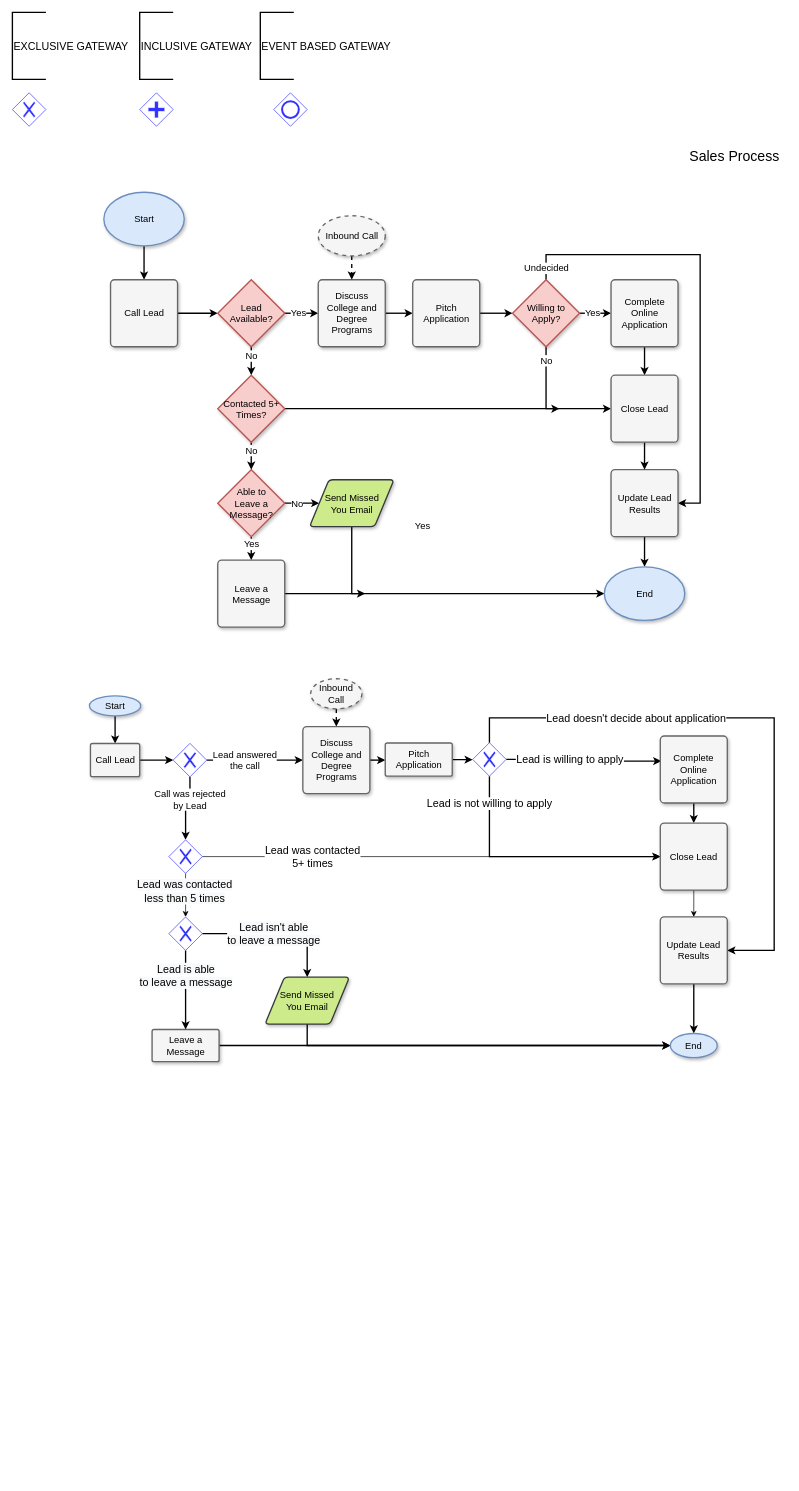
This is page "gateways" (10 of 10) of Udemy_Diagram_1.drawio from lil971/FirstRepository, a draw.io file, before an edit. Source tidied: cells renumbered, new cells numbered last; positions are measured from the earlier drawing's top-left corner, leaving out a move shared by most shapes. Both pictures are drawn from the tidied source at 67%, with x=0, y=0 at pixel (12, 12).
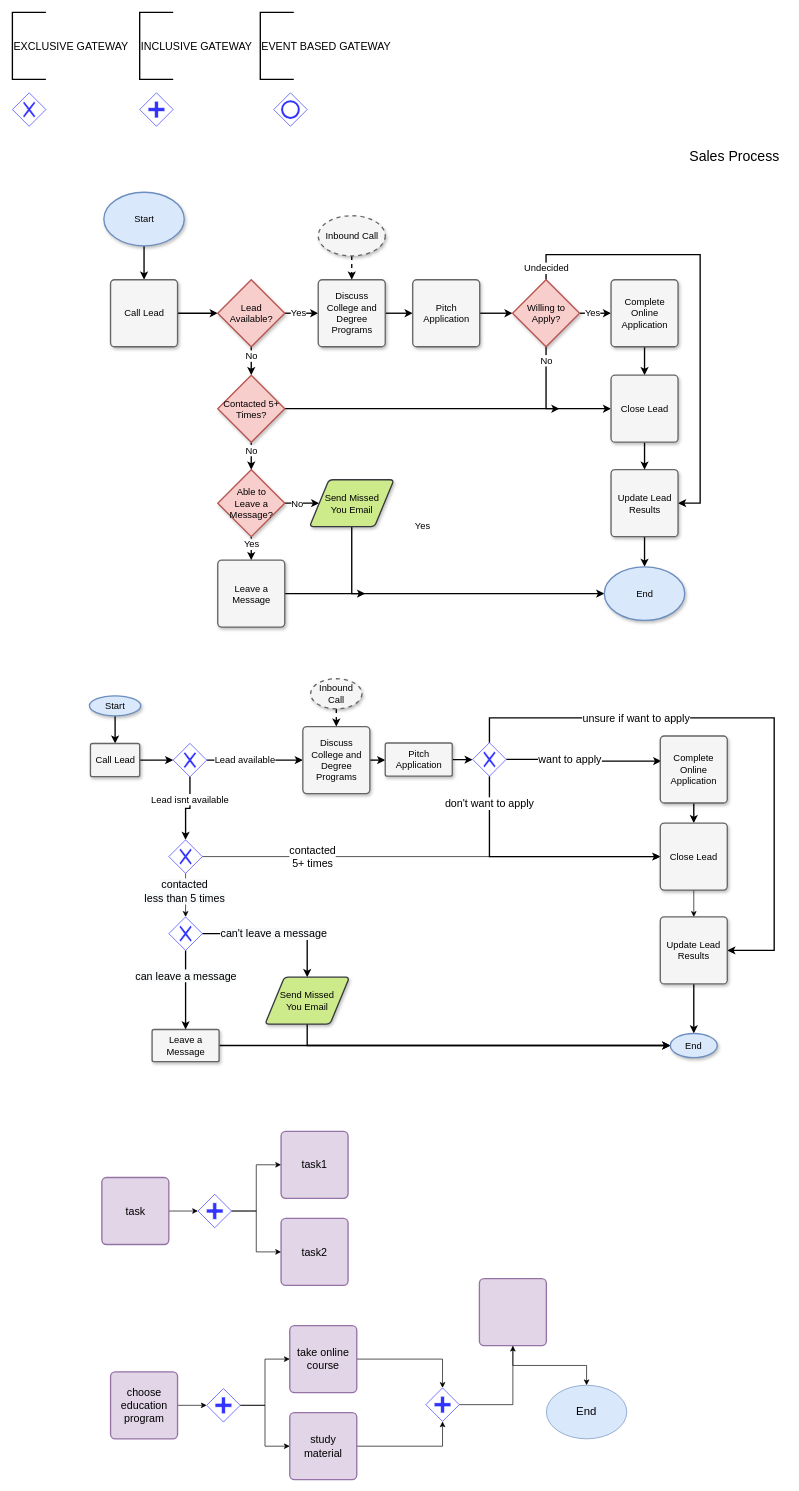
The same diagram, later.

The change refers to these unchanged cells:
```xml
<mxCell id="51" value="Leave a Message&lt;br&gt;" style="strokeWidth=2;html=1;shape=mxgraph.flowchart.process;whiteSpace=wrap;rounded=0;shadow=1;fillColor=#f5f5f5;fontSize=14;align=center;strokeColor=#666666;" parent="1" vertex="1">
  <mxGeometry x="208.5" y="1518" width="100" height="48" as="geometry" />
</mxCell>
<mxCell id="55" value="Discuss College and Degree Programs&lt;br&gt;" style="strokeWidth=2;html=1;shape=mxgraph.flowchart.process;whiteSpace=wrap;rounded=0;shadow=1;fillColor=#f5f5f5;fontSize=14;align=center;strokeColor=#666666;" parent="1" vertex="1">
  <mxGeometry x="433.5" y="1066" width="100" height="100" as="geometry" />
</mxCell>
<mxCell id="65" value="Send Missed You&amp;nbsp;Email" style="verticalLabelPosition=middle;verticalAlign=middle;html=1;strokeWidth=2;shape=parallelogram;perimeter=parallelogramPerimeter;whiteSpace=wrap;rounded=1;arcSize=12;size=0.23;shadow=1;fillColor=#cdeb8b;fontSize=14;align=center;labelPosition=center;strokeColor=#36393d;" parent="1" vertex="1">
  <mxGeometry x="377" y="1440" width="126" height="70" as="geometry" />
</mxCell>
<mxCell id="68" value="Update Lead Results" style="strokeWidth=2;html=1;shape=mxgraph.flowchart.process;whiteSpace=wrap;rounded=0;shadow=1;fillColor=#f5f5f5;fontSize=14;align=center;strokeColor=#666666;" parent="1" vertex="1">
  <mxGeometry x="967" y="1350" width="100" height="100" as="geometry" />
</mxCell>
<mxCell id="70" style="shape=mxgraph.bpmn.shape;html=1;verticalLabelPosition=bottom;labelBackgroundColor=#ffffff;verticalAlign=top;align=center;perimeter=rhombusPerimeter;background=gateway;outlineConnect=0;outline=none;symbol=exclusiveGw;rounded=0;startSize=70;strokeColor=#3333FF;fillColor=#FFFFFF;fontSize=16;" parent="1" vertex="1">
  <mxGeometry x="240" y="1091" width="50" height="50" as="geometry" />
</mxCell>
<mxCell id="71" style="shape=mxgraph.bpmn.shape;html=1;verticalLabelPosition=bottom;labelBackgroundColor=#ffffff;verticalAlign=top;align=center;perimeter=rhombusPerimeter;background=gateway;outlineConnect=0;outline=none;symbol=exclusiveGw;rounded=0;startSize=70;strokeColor=#3333FF;fillColor=#FFFFFF;fontSize=16;" parent="1" vertex="1">
  <mxGeometry x="687" y="1090" width="50" height="50" as="geometry" />
</mxCell>
<mxCell id="72" value="Complete Online Application&lt;br&gt;" style="strokeWidth=2;html=1;shape=mxgraph.flowchart.process;whiteSpace=wrap;rounded=0;shadow=1;fillColor=#f5f5f5;fontSize=14;align=center;strokeColor=#666666;" parent="1" vertex="1">
  <mxGeometry x="967" y="1080" width="100" height="100" as="geometry" />
</mxCell>
<mxCell id="74" value="Close Lead&lt;br&gt;" style="strokeWidth=2;html=1;shape=mxgraph.flowchart.process;whiteSpace=wrap;rounded=0;shadow=1;fillColor=#f5f5f5;fontSize=14;align=center;strokeColor=#666666;" parent="1" vertex="1">
  <mxGeometry x="967" y="1210" width="100" height="100" as="geometry" />
</mxCell>
<mxCell id="75" style="edgeStyle=orthogonalEdgeStyle;rounded=0;jettySize=auto;html=1;startSize=70;fontSize=16;entryX=0.5;entryY=0;entryDx=0;entryDy=0;" parent="1" edge="1" source="77" target="78">
  <mxGeometry relative="1" as="geometry" />
</mxCell>
<mxCell id="77" style="shape=mxgraph.bpmn.shape;html=1;verticalLabelPosition=bottom;labelBackgroundColor=#ffffff;verticalAlign=top;align=center;perimeter=rhombusPerimeter;background=gateway;outlineConnect=0;outline=none;symbol=exclusiveGw;rounded=0;startSize=70;strokeColor=#3333FF;fillColor=#FFFFFF;fontSize=16;" parent="1" vertex="1">
  <mxGeometry x="233.5" y="1235" width="50" height="50" as="geometry" />
</mxCell>
<mxCell id="78" style="shape=mxgraph.bpmn.shape;html=1;verticalLabelPosition=bottom;labelBackgroundColor=#ffffff;verticalAlign=top;align=center;perimeter=rhombusPerimeter;background=gateway;outlineConnect=0;outline=none;symbol=exclusiveGw;rounded=0;startSize=70;strokeColor=#3333FF;fillColor=#FFFFFF;fontSize=16;" parent="1" vertex="1">
  <mxGeometry x="233.5" y="1350" width="50" height="50" as="geometry" />
</mxCell>
```

The edit, as a diff of the source:
```diff
@@
-    <mxCell id="48" value="Call was rejected &lt;br&gt;by Lead" style="edgeStyle=orthogonalEdgeStyle;rounded=0;jumpSize=6;html=1;exitX=0.5;exitY=1;shadow=0;startArrow=none;startFill=0;startSize=6;endArrow=classic;endFill=1;endSize=6;jettySize=auto;strokeColor=#000000;strokeWidth=2;fontSize=14;exitDx=0;exitDy=0;" parent="1" edge="1" source="70" target="77">
+    <mxCell id="48" value="Lead isnt available" style="edgeStyle=orthogonalEdgeStyle;rounded=0;jumpSize=6;html=1;exitX=0.5;exitY=1;shadow=0;startArrow=none;startFill=0;startSize=6;endArrow=classic;endFill=1;endSize=6;jettySize=auto;strokeColor=#000000;strokeWidth=2;fontSize=14;exitDx=0;exitDy=0;" parent="1" edge="1" source="70" target="77">
       <mxGeometry x="-0.33" relative="1" as="geometry" />
     </mxCell>
-    <mxCell id="49" value="Lead answered &lt;br&gt;the call" style="edgeStyle=orthogonalEdgeStyle;rounded=0;jumpSize=6;html=1;exitX=1;exitY=0.5;entryX=0;entryY=0.5;entryPerimeter=0;shadow=0;startArrow=none;startFill=0;startSize=6;endArrow=classic;endFill=1;endSize=6;jettySize=auto;strokeColor=#000000;strokeWidth=2;fontSize=14;exitDx=0;exitDy=0;" parent="1" edge="1" source="70" target="55">
+    <mxCell id="49" value="Lead available" style="edgeStyle=orthogonalEdgeStyle;rounded=0;jumpSize=6;html=1;exitX=1;exitY=0.5;entryX=0;entryY=0.5;entryPerimeter=0;shadow=0;startArrow=none;startFill=0;startSize=6;endArrow=classic;endFill=1;endSize=6;jettySize=auto;strokeColor=#000000;strokeWidth=2;fontSize=14;exitDx=0;exitDy=0;" parent="1" edge="1" source="70" target="55">
       <mxGeometry x="-0.2" relative="1" as="geometry" />
     </mxCell>
@@
-    <mxCell id="52" value="&lt;span style=&quot;color: rgb(0 , 0 , 0) ; font-family: &amp;#34;helvetica&amp;#34; ; font-size: 16px ; font-style: normal ; font-weight: 400 ; letter-spacing: normal ; text-align: center ; text-indent: 0px ; text-transform: none ; word-spacing: 0px ; background-color: rgb(248 , 249 , 250) ; display: inline ; float: none&quot;&gt;Lead is able&lt;/span&gt;&lt;br style=&quot;color: rgb(0 , 0 , 0) ; font-family: &amp;#34;helvetica&amp;#34; ; font-size: 16px ; font-style: normal ; font-weight: 400 ; letter-spacing: normal ; text-align: center ; text-indent: 0px ; text-transform: none ; word-spacing: 0px&quot;&gt;&lt;span style=&quot;color: rgb(0 , 0 , 0) ; font-family: &amp;#34;helvetica&amp;#34; ; font-size: 16px ; font-style: normal ; font-weight: 400 ; letter-spacing: normal ; text-align: center ; text-indent: 0px ; text-transform: none ; word-spacing: 0px ; background-color: rgb(248 , 249 , 250) ; display: inline ; float: none&quot;&gt;to leave a message&lt;/span&gt;" style="edgeStyle=orthogonalEdgeStyle;rounded=0;jumpSize=6;html=1;entryX=0.5;entryY=0;entryPerimeter=0;shadow=0;startArrow=none;startFill=0;startSize=6;endArrow=classic;endFill=1;endSize=6;jettySize=auto;strokeColor=#000000;strokeWidth=2;fontSize=14;" parent="1" edge="1" source="78" target="51">
+    <mxCell id="52" value="&lt;span style=&quot;color: rgb(0 , 0 , 0) ; font-family: &amp;#34;helvetica&amp;#34; ; font-size: 16px ; font-style: normal ; font-weight: 400 ; letter-spacing: normal ; text-align: center ; text-indent: 0px ; text-transform: none ; word-spacing: 0px ; background-color: rgb(248 , 249 , 250) ; display: inline ; float: none&quot;&gt;can leave a message&lt;/span&gt;" style="edgeStyle=orthogonalEdgeStyle;rounded=0;jumpSize=6;html=1;entryX=0.5;entryY=0;entryPerimeter=0;shadow=0;startArrow=none;startFill=0;startSize=6;endArrow=classic;endFill=1;endSize=6;jettySize=auto;strokeColor=#000000;strokeWidth=2;fontSize=14;" parent="1" edge="1" source="78" target="51">
       <mxGeometry x="-0.35" relative="1" as="geometry" />
     </mxCell>
-    <mxCell id="53" value="&lt;span style=&quot;color: rgb(0 , 0 , 0) ; font-family: &amp;#34;helvetica&amp;#34; ; font-size: 16px ; font-style: normal ; font-weight: 400 ; letter-spacing: normal ; text-align: center ; text-indent: 0px ; text-transform: none ; word-spacing: 0px ; background-color: rgb(248 , 249 , 250) ; display: inline ; float: none&quot;&gt;Lead isn't able&lt;/span&gt;&lt;br style=&quot;color: rgb(0 , 0 , 0) ; font-family: &amp;#34;helvetica&amp;#34; ; font-size: 16px ; font-style: normal ; font-weight: 400 ; letter-spacing: normal ; text-align: center ; text-indent: 0px ; text-transform: none ; word-spacing: 0px&quot;&gt;&lt;span style=&quot;color: rgb(0 , 0 , 0) ; font-family: &amp;#34;helvetica&amp;#34; ; font-size: 16px ; font-style: normal ; font-weight: 400 ; letter-spacing: normal ; text-align: center ; text-indent: 0px ; text-transform: none ; word-spacing: 0px ; background-color: rgb(248 , 249 , 250) ; display: inline ; float: none&quot;&gt;to leave a message&lt;/span&gt;" style="edgeStyle=orthogonalEdgeStyle;rounded=0;jumpSize=6;html=1;exitX=1;exitY=0.5;shadow=0;startArrow=none;startFill=0;startSize=6;endArrow=classic;endFill=1;endSize=6;jettySize=auto;strokeColor=#000000;strokeWidth=2;fontSize=14;entryX=0.5;entryY=0;exitDx=0;exitDy=0;entryDx=0;entryDy=0;" parent="1" edge="1" source="78" target="65">
+    <mxCell id="53" value="&lt;span style=&quot;color: rgb(0 , 0 , 0) ; font-family: &amp;#34;helvetica&amp;#34; ; font-size: 16px ; font-style: normal ; font-weight: 400 ; letter-spacing: normal ; text-align: center ; text-indent: 0px ; text-transform: none ; word-spacing: 0px ; background-color: rgb(248 , 249 , 250) ; display: inline ; float: none&quot;&gt;can't leave a message&lt;/span&gt;" style="edgeStyle=orthogonalEdgeStyle;rounded=0;jumpSize=6;html=1;exitX=1;exitY=0.5;shadow=0;startArrow=none;startFill=0;startSize=6;endArrow=classic;endFill=1;endSize=6;jettySize=auto;strokeColor=#000000;strokeWidth=2;fontSize=14;entryX=0.5;entryY=0;exitDx=0;exitDy=0;entryDx=0;entryDy=0;" parent="1" edge="1" source="78" target="65">
       <mxGeometry y="-5" relative="1" as="geometry">
         <mxPoint x="-5" y="-5" as="offset" />
       </mxGeometry>
     </mxCell>
@@
-    <mxCell id="60" value="&lt;span style=&quot;color: rgb(0 , 0 , 0) ; font-family: &amp;#34;helvetica&amp;#34; ; font-size: 16px ; font-style: normal ; font-weight: 400 ; letter-spacing: normal ; text-align: center ; text-indent: 0px ; text-transform: none ; word-spacing: 0px ; background-color: rgb(255 , 255 , 255) ; display: inline ; float: none&quot;&gt;Lead is willing to apply&lt;/span&gt;" style="edgeStyle=orthogonalEdgeStyle;rounded=0;jumpSize=6;html=1;exitX=1;exitY=0.5;entryX=0.015;entryY=0.375;entryPerimeter=0;shadow=0;startArrow=none;startFill=0;startSize=6;endArrow=classic;endFill=1;endSize=6;jettySize=auto;strokeColor=#000000;strokeWidth=2;fontSize=14;exitDx=0;exitDy=0;entryDx=0;entryDy=0;" parent="1" edge="1" source="71" target="72">
+    <mxCell id="60" value="&lt;span style=&quot;color: rgb(0 , 0 , 0) ; font-family: &amp;#34;helvetica&amp;#34; ; font-size: 16px ; font-style: normal ; font-weight: 400 ; letter-spacing: normal ; text-align: center ; text-indent: 0px ; text-transform: none ; word-spacing: 0px ; background-color: rgb(255 , 255 , 255) ; display: inline ; float: none&quot;&gt;want to apply&lt;/span&gt;" style="edgeStyle=orthogonalEdgeStyle;rounded=0;jumpSize=6;html=1;exitX=1;exitY=0.5;entryX=0.015;entryY=0.375;entryPerimeter=0;shadow=0;startArrow=none;startFill=0;startSize=6;endArrow=classic;endFill=1;endSize=6;jettySize=auto;strokeColor=#000000;strokeWidth=2;fontSize=14;exitDx=0;exitDy=0;entryDx=0;entryDy=0;" parent="1" edge="1" source="71" target="72">
       <mxGeometry x="-0.19" relative="1" as="geometry" />
     </mxCell>
-    <mxCell id="61" value="&lt;span style=&quot;color: rgb(0 , 0 , 0) ; font-family: &amp;#34;helvetica&amp;#34; ; font-size: 16px ; font-style: normal ; font-weight: 400 ; letter-spacing: normal ; text-align: center ; text-indent: 0px ; text-transform: none ; word-spacing: 0px ; background-color: rgb(255 , 255 , 255) ; display: inline ; float: none&quot;&gt;Lead is not willing to apply&lt;/span&gt;" style="edgeStyle=orthogonalEdgeStyle;rounded=0;jumpSize=6;html=1;exitX=0.5;exitY=1;entryX=0;entryY=0.5;entryPerimeter=0;shadow=0;startArrow=none;startFill=0;startSize=6;endArrow=classic;endFill=1;endSize=6;jettySize=auto;strokeColor=#000000;strokeWidth=2;fontSize=14;exitDx=0;exitDy=0;entryDx=0;entryDy=0;" parent="1" edge="1" source="71" target="74">
+    <mxCell id="61" value="&lt;span style=&quot;color: rgb(0 , 0 , 0) ; font-family: &amp;#34;helvetica&amp;#34; ; font-size: 16px ; font-style: normal ; font-weight: 400 ; letter-spacing: normal ; text-align: center ; text-indent: 0px ; text-transform: none ; word-spacing: 0px ; background-color: rgb(255 , 255 , 255) ; display: inline ; float: none&quot;&gt;don't want to apply&lt;/span&gt;" style="edgeStyle=orthogonalEdgeStyle;rounded=0;jumpSize=6;html=1;exitX=0.5;exitY=1;entryX=0;entryY=0.5;entryPerimeter=0;shadow=0;startArrow=none;startFill=0;startSize=6;endArrow=classic;endFill=1;endSize=6;jettySize=auto;strokeColor=#000000;strokeWidth=2;fontSize=14;exitDx=0;exitDy=0;entryDx=0;entryDy=0;" parent="1" edge="1" source="71" target="74">
       <mxGeometry x="-0.78" relative="1" as="geometry" />
     </mxCell>
-    <mxCell id="62" value="&lt;span style=&quot;font-size: 16px&quot;&gt;Lead doesn't decide about application&lt;/span&gt;" style="edgeStyle=orthogonalEdgeStyle;rounded=0;jumpSize=6;html=1;exitX=0.5;exitY=0;entryX=1;entryY=0.5;entryPerimeter=0;shadow=0;startArrow=none;startFill=0;startSize=6;endArrow=classic;endFill=1;endSize=6;jettySize=auto;strokeColor=#000000;strokeWidth=2;fontSize=14;exitDx=0;exitDy=0;" parent="1" edge="1" source="71" target="68">
+    <mxCell id="62" value="&lt;span style=&quot;font-size: 16px&quot;&gt;unsure if want to apply&lt;/span&gt;" style="edgeStyle=orthogonalEdgeStyle;rounded=0;jumpSize=6;html=1;exitX=0.5;exitY=0;entryX=1;entryY=0.5;entryPerimeter=0;shadow=0;startArrow=none;startFill=0;startSize=6;endArrow=classic;endFill=1;endSize=6;jettySize=auto;strokeColor=#000000;strokeWidth=2;fontSize=14;exitDx=0;exitDy=0;" parent="1" edge="1" source="71" target="68">
       <mxGeometry x="-0.42" relative="1" as="geometry">
         <Array as="points">
           <mxPoint x="712" y="1053" />
           <mxPoint x="1137" y="1053" />
           <mxPoint x="1137" y="1400" />
         </Array>
         <mxPoint x="1" as="offset" />
       </mxGeometry>
     </mxCell>
@@
-    <mxCell id="66" value="Lead was contacted &lt;br&gt;5+ times" style="edgeStyle=orthogonalEdgeStyle;rounded=0;jettySize=auto;html=1;entryX=0;entryY=0.5;entryDx=0;entryDy=0;entryPerimeter=0;startSize=70;fontSize=16;" parent="1" edge="1" source="77" target="74">
+    <mxCell id="66" value="contacted &lt;br&gt;5+ times" style="edgeStyle=orthogonalEdgeStyle;rounded=0;jettySize=auto;html=1;entryX=0;entryY=0.5;entryDx=0;entryDy=0;entryPerimeter=0;startSize=70;fontSize=16;" parent="1" edge="1" source="77" target="74">
       <mxGeometry x="-0.52" relative="1" as="geometry" />
     </mxCell>
@@
-    <mxCell id="76" value="&lt;span style=&quot;background-color: rgb(248 , 249 , 250) ; font-family: &amp;#34;helvetica&amp;#34;&quot;&gt;Lead was contacted&lt;/span&gt;&lt;br style=&quot;background-color: rgb(248 , 249 , 250) ; font-family: &amp;#34;helvetica&amp;#34;&quot;&gt;&lt;span style=&quot;background-color: rgb(248 , 249 , 250) ; font-family: &amp;#34;helvetica&amp;#34;&quot;&gt;less than 5 times&lt;/span&gt;" style="edgeLabel;html=1;align=center;verticalAlign=middle;fontSize=16;" parent="75" vertex="1">
+    <mxCell id="76" value="&lt;span style=&quot;background-color: rgb(248 , 249 , 250) ; font-family: &amp;#34;helvetica&amp;#34;&quot;&gt;contacted&lt;/span&gt;&lt;br style=&quot;background-color: rgb(248 , 249 , 250) ; font-family: &amp;#34;helvetica&amp;#34;&quot;&gt;&lt;span style=&quot;background-color: rgb(248 , 249 , 250) ; font-family: &amp;#34;helvetica&amp;#34;&quot;&gt;less than 5 times&lt;/span&gt;" style="edgeLabel;html=1;align=center;verticalAlign=middle;fontSize=16;" parent="75" vertex="1">
       <mxGeometry x="-0.21" y="-2" relative="1" as="geometry" />
     </mxCell>
@@
+    <mxCell id="79" style="edgeStyle=orthogonalEdgeStyle;rounded=0;jettySize=auto;html=1;startSize=70;fontSize=16;" parent="1" edge="1" source="80" target="85">
+      <mxGeometry relative="1" as="geometry" />
+    </mxCell>
+    <mxCell id="80" value="task" style="rounded=1;whiteSpace=wrap;html=1;absoluteArcSize=1;arcSize=14;strokeWidth=2;fillColor=#e1d5e7;strokeColor=#9673a6;labelBackgroundColor=none;startSize=70;fontSize=16;" parent="1" vertex="1">
+      <mxGeometry x="133.5" y="1739" width="100" height="100" as="geometry" />
+    </mxCell>
+    <mxCell id="81" value="task1" style="rounded=1;whiteSpace=wrap;html=1;absoluteArcSize=1;arcSize=14;strokeWidth=2;fillColor=#e1d5e7;strokeColor=#9673a6;labelBackgroundColor=none;startSize=70;fontSize=16;" parent="1" vertex="1">
+      <mxGeometry x="401" y="1670" width="100" height="100" as="geometry" />
+    </mxCell>
+    <mxCell id="82" value="task2" style="rounded=1;whiteSpace=wrap;html=1;absoluteArcSize=1;arcSize=14;strokeWidth=2;fillColor=#e1d5e7;strokeColor=#9673a6;labelBackgroundColor=none;startSize=70;fontSize=16;" parent="1" vertex="1">
+      <mxGeometry x="401" y="1800" width="100" height="100" as="geometry" />
+    </mxCell>
+    <mxCell id="83" style="edgeStyle=orthogonalEdgeStyle;rounded=0;jettySize=auto;html=1;startSize=70;fontSize=16;" parent="1" edge="1" source="85" target="81">
+      <mxGeometry relative="1" as="geometry" />
+    </mxCell>
+    <mxCell id="84" style="edgeStyle=orthogonalEdgeStyle;rounded=0;jettySize=auto;html=1;entryX=0;entryY=0.5;entryDx=0;entryDy=0;startSize=70;fontSize=16;" parent="1" edge="1" source="85" target="82">
+      <mxGeometry relative="1" as="geometry" />
+    </mxCell>
+    <mxCell id="85" style="shape=mxgraph.bpmn.shape;html=1;verticalLabelPosition=bottom;labelBackgroundColor=#ffffff;verticalAlign=top;align=center;perimeter=rhombusPerimeter;background=gateway;outlineConnect=0;outline=none;symbol=parallelGw;rounded=0;startSize=70;strokeColor=#3333FF;fillColor=#FFFFFF;fontSize=16;" parent="1" vertex="1">
+      <mxGeometry x="277" y="1764" width="50" height="50" as="geometry" />
+    </mxCell>
+    <mxCell id="86" style="edgeStyle=orthogonalEdgeStyle;rounded=0;jettySize=auto;html=1;startSize=70;fontSize=16;" parent="1" edge="1" source="87" target="94">
+      <mxGeometry relative="1" as="geometry" />
+    </mxCell>
+    <mxCell id="87" value="choose education program" style="rounded=1;whiteSpace=wrap;html=1;absoluteArcSize=1;arcSize=14;strokeWidth=2;fillColor=#e1d5e7;strokeColor=#9673a6;labelBackgroundColor=none;startSize=70;fontSize=16;" parent="1" vertex="1">
+      <mxGeometry x="146.5" y="2029" width="100" height="100" as="geometry" />
+    </mxCell>
+    <mxCell id="88" style="edgeStyle=orthogonalEdgeStyle;rounded=0;jettySize=auto;html=1;exitX=1;exitY=0.5;exitDx=0;exitDy=0;entryX=0.5;entryY=0;entryDx=0;entryDy=0;startSize=70;fontSize=16;" parent="1" edge="1" source="89" target="96">
+      <mxGeometry relative="1" as="geometry" />
+    </mxCell>
+    <mxCell id="89" value="take online course" style="rounded=1;whiteSpace=wrap;html=1;absoluteArcSize=1;arcSize=14;strokeWidth=2;fillColor=#e1d5e7;strokeColor=#9673a6;labelBackgroundColor=none;startSize=70;fontSize=16;" parent="1" vertex="1">
+      <mxGeometry x="414" y="1960" width="100" height="100" as="geometry" />
+    </mxCell>
+    <mxCell id="90" style="edgeStyle=orthogonalEdgeStyle;rounded=0;jettySize=auto;html=1;entryX=0.5;entryY=1;entryDx=0;entryDy=0;startSize=70;fontSize=16;" parent="1" edge="1" source="91" target="96">
+      <mxGeometry relative="1" as="geometry" />
+    </mxCell>
+    <mxCell id="91" value="study material" style="rounded=1;whiteSpace=wrap;html=1;absoluteArcSize=1;arcSize=14;strokeWidth=2;fillColor=#e1d5e7;strokeColor=#9673a6;labelBackgroundColor=none;startSize=70;fontSize=16;" parent="1" vertex="1">
+      <mxGeometry x="414" y="2090" width="100" height="100" as="geometry" />
+    </mxCell>
+    <mxCell id="92" style="edgeStyle=orthogonalEdgeStyle;rounded=0;jettySize=auto;html=1;startSize=70;fontSize=16;" parent="1" edge="1" source="94" target="89">
+      <mxGeometry relative="1" as="geometry" />
+    </mxCell>
+    <mxCell id="93" style="edgeStyle=orthogonalEdgeStyle;rounded=0;jettySize=auto;html=1;entryX=0;entryY=0.5;entryDx=0;entryDy=0;startSize=70;fontSize=16;" parent="1" edge="1" source="94" target="91">
+      <mxGeometry relative="1" as="geometry" />
+    </mxCell>
+    <mxCell id="94" style="shape=mxgraph.bpmn.shape;html=1;verticalLabelPosition=bottom;labelBackgroundColor=#ffffff;verticalAlign=top;align=center;perimeter=rhombusPerimeter;background=gateway;outlineConnect=0;outline=none;symbol=parallelGw;rounded=0;startSize=70;strokeColor=#3333FF;fillColor=#FFFFFF;fontSize=16;" parent="1" vertex="1">
+      <mxGeometry x="290" y="2054" width="50" height="50" as="geometry" />
+    </mxCell>
+    <mxCell id="95" style="edgeStyle=orthogonalEdgeStyle;rounded=0;jettySize=auto;html=1;exitX=1;exitY=0.5;exitDx=0;exitDy=0;entryX=0.5;entryY=1;entryDx=0;entryDy=0;startSize=70;fontSize=16;" parent="1" edge="1" source="96" target="99">
+      <mxGeometry relative="1" as="geometry" />
+    </mxCell>
+    <mxCell id="96" style="shape=mxgraph.bpmn.shape;html=1;verticalLabelPosition=bottom;labelBackgroundColor=#ffffff;verticalAlign=top;align=center;perimeter=rhombusPerimeter;background=gateway;outlineConnect=0;outline=none;symbol=parallelGw;rounded=0;startSize=70;strokeColor=#3333FF;fillColor=#FFFFFF;fontSize=16;" parent="1" vertex="1">
+      <mxGeometry x="617" y="2053" width="50" height="50" as="geometry" />
+    </mxCell>
+    <mxCell id="97" value="End" style="ellipse;whiteSpace=wrap;html=1;fontSize=17;fillColor=#dae8fc;strokeColor=#6c8ebf;rounded=0;labelBackgroundColor=none;startSize=70;" parent="1" vertex="1">
+      <mxGeometry x="797" y="2049" width="120" height="80" as="geometry" />
+    </mxCell>
+    <mxCell id="98" style="edgeStyle=orthogonalEdgeStyle;rounded=0;jettySize=auto;html=1;startSize=70;fontSize=16;" parent="1" edge="1" source="99" target="97">
+      <mxGeometry relative="1" as="geometry" />
+    </mxCell>
+    <mxCell id="99" style="rounded=1;whiteSpace=wrap;html=1;absoluteArcSize=1;arcSize=14;strokeWidth=2;fillColor=#e1d5e7;strokeColor=#9673a6;labelBackgroundColor=none;startSize=70;fontSize=16;" parent="1" vertex="1">
+      <mxGeometry x="697" y="1890" width="100" height="100" as="geometry" />
+    </mxCell>
```
